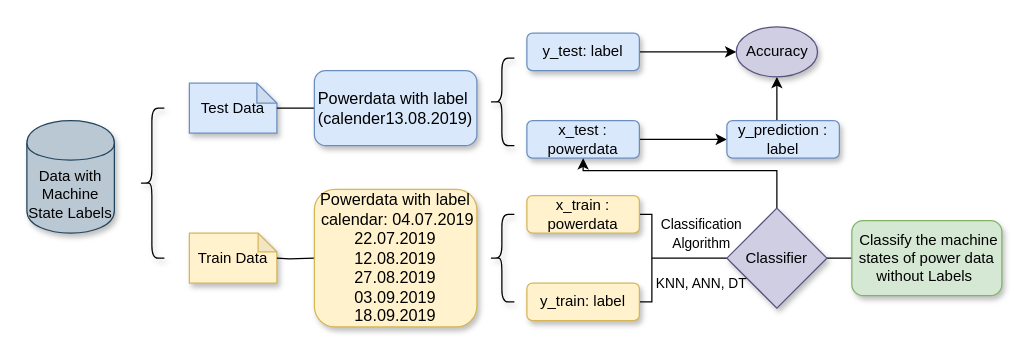
Earlier version of the draw.io diagram knndata.drawio (nimeng95/monika). Source tidied: cells renumbered, new cells numbered last; positions are measured from the earlier drawing's top-left corner, leaving out a move shared by most shapes. Both pictures are drawn from the tidied source at 125%, with x=0, y=0 at pixel (26, 26).
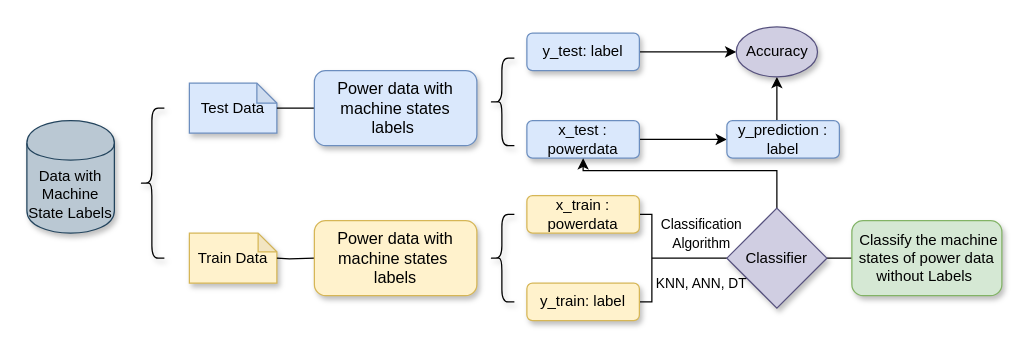
Above is the later version.

Change to the diagram source:
```diff
@@
-    <mxCell id="8" value="&lt;font style=&quot;font-size: 13px&quot;&gt;&lt;span style=&quot;white-space: normal&quot;&gt;Powerdata with label&amp;nbsp;&lt;/span&gt;&lt;br style=&quot;white-space: normal&quot;&gt;&lt;span style=&quot;white-space: normal&quot;&gt;(calender13.08.2019)&lt;/span&gt;&lt;/font&gt;" style="rounded=1;whiteSpace=wrap;html=1;shadow=1;fillColor=#dae8fc;strokeColor=#6c8ebf;" parent="1" vertex="1">
+    <mxCell id="8" value="&lt;font style=&quot;font-size: 13px&quot;&gt;&lt;span style=&quot;white-space: normal&quot;&gt;Power data with machine states labels&amp;nbsp;&lt;/span&gt;&lt;br&gt;&lt;/font&gt;" style="rounded=1;whiteSpace=wrap;html=1;shadow=1;fillColor=#dae8fc;strokeColor=#6c8ebf;" parent="1" vertex="1">
       <mxGeometry x="230" y="35" width="130" height="60" as="geometry" />
     </mxCell>
-    <mxCell id="9" value="&lt;font&gt;&lt;font size=&quot;2&quot;&gt;Powerdata with label&lt;br&gt;&amp;nbsp;calendar: 04.07.2019&lt;/font&gt;&lt;br style=&quot;white-space: normal&quot;&gt;&lt;span style=&quot;font-size: 13px ; white-space: normal&quot;&gt;22.07.2019&lt;/span&gt;&lt;br style=&quot;white-space: normal&quot;&gt;&lt;span style=&quot;font-size: 13px ; white-space: normal&quot;&gt;12.08.2019&lt;/span&gt;&lt;br style=&quot;white-space: normal&quot;&gt;&lt;span style=&quot;font-size: 13px ; white-space: normal&quot;&gt;27.08.2019&lt;/span&gt;&lt;br style=&quot;white-space: normal&quot;&gt;&lt;span style=&quot;font-size: 13px ; white-space: normal&quot;&gt;03.09.2019&lt;/span&gt;&lt;br style=&quot;white-space: normal&quot;&gt;&lt;span style=&quot;font-size: 13px ; white-space: normal&quot;&gt;18.09.2019&lt;/span&gt;&lt;/font&gt;" style="rounded=1;whiteSpace=wrap;html=1;shadow=1;fillColor=#fff2cc;strokeColor=#d6b656;" parent="1" vertex="1">
-      <mxGeometry x="230" y="130" width="130" height="110" as="geometry" />
+    <mxCell id="9" value="&lt;div&gt;&lt;span style=&quot;font-size: small&quot;&gt;&lt;br&gt;&lt;/span&gt;&lt;/div&gt;&lt;div&gt;&lt;span style=&quot;font-size: small&quot;&gt;Power data with machine states&amp;nbsp;&lt;/span&gt;&lt;/div&gt;&lt;font&gt;&lt;div&gt;&lt;span style=&quot;font-size: small&quot;&gt;labels&lt;/span&gt;&lt;/div&gt;&lt;font size=&quot;2&quot;&gt;&lt;br&gt;&lt;/font&gt;&lt;/font&gt;" style="rounded=1;whiteSpace=wrap;html=1;shadow=1;fillColor=#fff2cc;strokeColor=#d6b656;align=center;" parent="1" vertex="1">
+      <mxGeometry x="230" y="155" width="130" height="60" as="geometry" />
     </mxCell>
```
